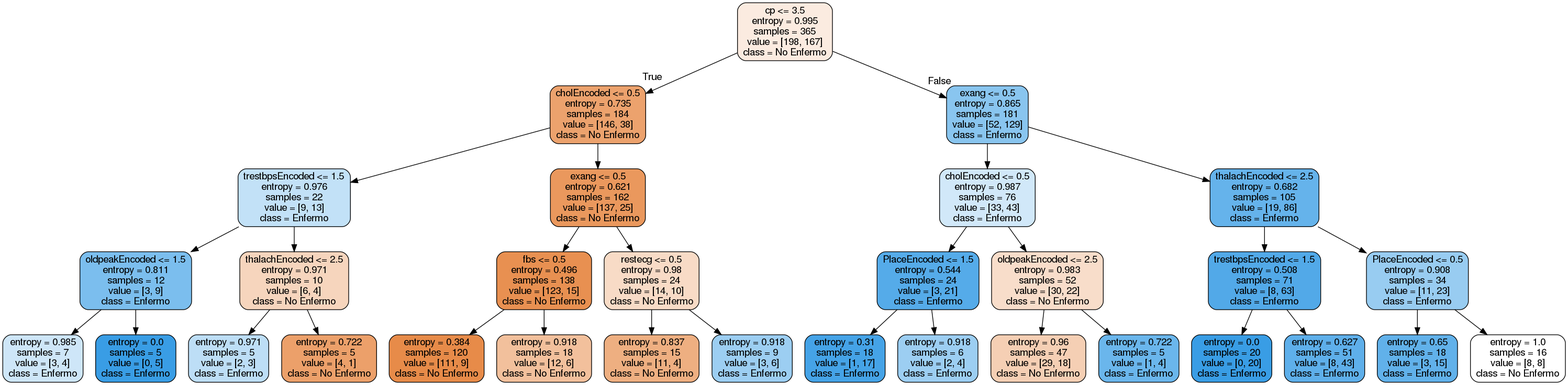
Before: tree1.png, a diagram exported from Graphviz (juancho270/ProyectoIA). Its source is kept beside it as tree1.dot.
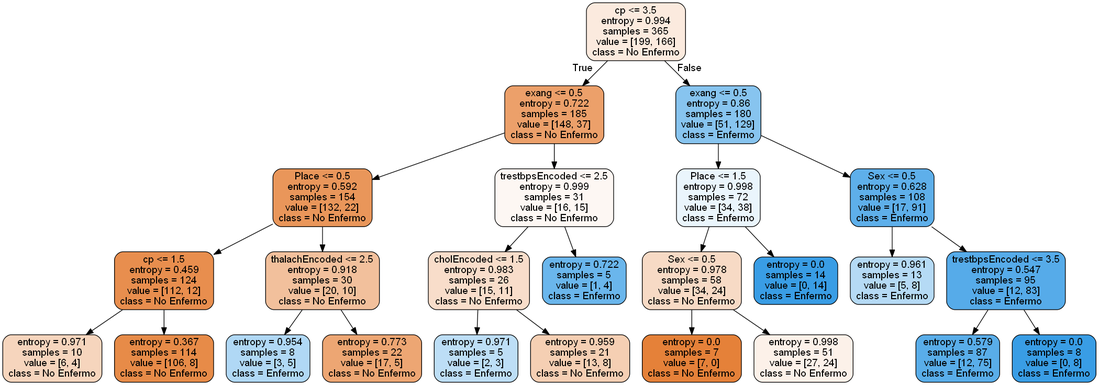
The same file after the commit.

What changed in the source:
```diff
@@ -1,65 +1,53 @@
 digraph Tree {
 node [shape=box, style="filled, rounded", color="black", fontname=helvetica] ;
 edge [fontname=helvetica] ;
-0 [label="cp <= 3.5\nentropy = 0.995\nsamples = 365\nvalue = [198, 167]\nclass = No Enfermo", fillcolor="#fbebe0"] ;
-1 [label="cholEncoded <= 0.5\nentropy = 0.735\nsamples = 184\nvalue = [146, 38]\nclass = No Enfermo", fillcolor="#eca26d"] ;
+0 [label="cp <= 3.5\nentropy = 0.994\nsamples = 365\nvalue = [199, 166]\nclass = No Enfermo", fillcolor="#fbeade"] ;
+1 [label="exang <= 0.5\nentropy = 0.722\nsamples = 185\nvalue = [148, 37]\nclass = No Enfermo", fillcolor="#eca06a"] ;
 0 -> 1 [labeldistance=2.5, labelangle=45, headlabel="True"] ;
-2 [label="trestbpsEncoded <= 1.5\nentropy = 0.976\nsamples = 22\nvalue = [9, 13]\nclass = Enfermo", fillcolor="#c2e1f7"] ;
+2 [label="Place <= 0.5\nentropy = 0.592\nsamples = 154\nvalue = [132, 22]\nclass = No Enfermo", fillcolor="#e9965a"] ;
 1 -> 2 ;
-3 [label="oldpeakEncoded <= 1.5\nentropy = 0.811\nsamples = 12\nvalue = [3, 9]\nclass = Enfermo", fillcolor="#7bbeee"] ;
+3 [label="cp <= 1.5\nentropy = 0.459\nsamples = 124\nvalue = [112, 12]\nclass = No Enfermo", fillcolor="#e88e4e"] ;
 2 -> 3 ;
-4 [label="entropy = 0.985\nsamples = 7\nvalue = [3, 4]\nclass = Enfermo", fillcolor="#cee6f8"] ;
+4 [label="entropy = 0.971\nsamples = 10\nvalue = [6, 4]\nclass = No Enfermo", fillcolor="#f6d5bd"] ;
 3 -> 4 ;
-5 [label="entropy = 0.0\nsamples = 5\nvalue = [0, 5]\nclass = Enfermo", fillcolor="#399de5"] ;
+5 [label="entropy = 0.367\nsamples = 114\nvalue = [106, 8]\nclass = No Enfermo", fillcolor="#e78b48"] ;
 3 -> 5 ;
-6 [label="thalachEncoded <= 2.5\nentropy = 0.971\nsamples = 10\nvalue = [6, 4]\nclass = No Enfermo", fillcolor="#f6d5bd"] ;
+6 [label="thalachEncoded <= 2.5\nentropy = 0.918\nsamples = 30\nvalue = [20, 10]\nclass = No Enfermo", fillcolor="#f2c09c"] ;
 2 -> 6 ;
-7 [label="entropy = 0.971\nsamples = 5\nvalue = [2, 3]\nclass = Enfermo", fillcolor="#bddef6"] ;
+7 [label="entropy = 0.954\nsamples = 8\nvalue = [3, 5]\nclass = Enfermo", fillcolor="#b0d8f5"] ;
 6 -> 7 ;
-8 [label="entropy = 0.722\nsamples = 5\nvalue = [4, 1]\nclass = No Enfermo", fillcolor="#eca06a"] ;
+8 [label="entropy = 0.773\nsamples = 22\nvalue = [17, 5]\nclass = No Enfermo", fillcolor="#eda673"] ;
 6 -> 8 ;
-9 [label="exang <= 0.5\nentropy = 0.621\nsamples = 162\nvalue = [137, 25]\nclass = No Enfermo", fillcolor="#ea985d"] ;
+9 [label="trestbpsEncoded <= 2.5\nentropy = 0.999\nsamples = 31\nvalue = [16, 15]\nclass = No Enfermo", fillcolor="#fdf7f3"] ;
 1 -> 9 ;
-10 [label="fbs <= 0.5\nentropy = 0.496\nsamples = 138\nvalue = [123, 15]\nclass = No Enfermo", fillcolor="#e89051"] ;
+10 [label="cholEncoded <= 1.5\nentropy = 0.983\nsamples = 26\nvalue = [15, 11]\nclass = No Enfermo", fillcolor="#f8ddca"] ;
 9 -> 10 ;
-11 [label="entropy = 0.384\nsamples = 120\nvalue = [111, 9]\nclass = No Enfermo", fillcolor="#e78b49"] ;
+11 [label="entropy = 0.971\nsamples = 5\nvalue = [2, 3]\nclass = Enfermo", fillcolor="#bddef6"] ;
 10 -> 11 ;
-12 [label="entropy = 0.918\nsamples = 18\nvalue = [12, 6]\nclass = No Enfermo", fillcolor="#f2c09c"] ;
+12 [label="entropy = 0.959\nsamples = 21\nvalue = [13, 8]\nclass = No Enfermo", fillcolor="#f5cfb3"] ;
 10 -> 12 ;
-13 [label="restecg <= 0.5\nentropy = 0.98\nsamples = 24\nvalue = [14, 10]\nclass = No Enfermo", fillcolor="#f8dbc6"] ;
+13 [label="entropy = 0.722\nsamples = 5\nvalue = [1, 4]\nclass = Enfermo", fillcolor="#6ab6ec"] ;
 9 -> 13 ;
-14 [label="entropy = 0.837\nsamples = 15\nvalue = [11, 4]\nclass = No Enfermo", fillcolor="#eeaf81"] ;
-13 -> 14 ;
-15 [label="entropy = 0.918\nsamples = 9\nvalue = [3, 6]\nclass = Enfermo", fillcolor="#9ccef2"] ;
-13 -> 15 ;
-16 [label="exang <= 0.5\nentropy = 0.865\nsamples = 181\nvalue = [52, 129]\nclass = Enfermo", fillcolor="#89c5ef"] ;
-0 -> 16 [labeldistance=2.5, labelangle=-45, headlabel="False"] ;
-17 [label="cholEncoded <= 0.5\nentropy = 0.987\nsamples = 76\nvalue = [33, 43]\nclass = Enfermo", fillcolor="#d1e8f9"] ;
+14 [label="exang <= 0.5\nentropy = 0.86\nsamples = 180\nvalue = [51, 129]\nclass = Enfermo", fillcolor="#87c4ef"] ;
+0 -> 14 [labeldistance=2.5, labelangle=-45, headlabel="False"] ;
+15 [label="Place <= 1.5\nentropy = 0.998\nsamples = 72\nvalue = [34, 38]\nclass = Enfermo", fillcolor="#eaf5fc"] ;
+14 -> 15 ;
+16 [label="Sex <= 0.5\nentropy = 0.978\nsamples = 58\nvalue = [34, 24]\nclass = No Enfermo", fillcolor="#f7dac5"] ;
+15 -> 16 ;
+17 [label="entropy = 0.0\nsamples = 7\nvalue = [7, 0]\nclass = No Enfermo", fillcolor="#e58139"] ;
 16 -> 17 ;
-18 [label="PlaceEncoded <= 1.5\nentropy = 0.544\nsamples = 24\nvalue = [3, 21]\nclass = Enfermo", fillcolor="#55abe9"] ;
-17 -> 18 ;
-19 [label="entropy = 0.31\nsamples = 18\nvalue = [1, 17]\nclass = Enfermo", fillcolor="#45a3e7"] ;
-18 -> 19 ;
-20 [label="entropy = 0.918\nsamples = 6\nvalue = [2, 4]\nclass = Enfermo", fillcolor="#9ccef2"] ;
-18 -> 20 ;
-21 [label="oldpeakEncoded <= 2.5\nentropy = 0.983\nsamples = 52\nvalue = [30, 22]\nclass = No Enfermo", fillcolor="#f8ddca"] ;
-17 -> 21 ;
-22 [label="entropy = 0.96\nsamples = 47\nvalue = [29, 18]\nclass = No Enfermo", fillcolor="#f5cfb4"] ;
-21 -> 22 ;
-23 [label="entropy = 0.722\nsamples = 5\nvalue = [1, 4]\nclass = Enfermo", fillcolor="#6ab6ec"] ;
-21 -> 23 ;
-24 [label="thalachEncoded <= 2.5\nentropy = 0.682\nsamples = 105\nvalue = [19, 86]\nclass = Enfermo", fillcolor="#65b3eb"] ;
-16 -> 24 ;
-25 [label="trestbpsEncoded <= 1.5\nentropy = 0.508\nsamples = 71\nvalue = [8, 63]\nclass = Enfermo", fillcolor="#52a9e8"] ;
-24 -> 25 ;
-26 [label="entropy = 0.0\nsamples = 20\nvalue = [0, 20]\nclass = Enfermo", fillcolor="#399de5"] ;
-25 -> 26 ;
-27 [label="entropy = 0.627\nsamples = 51\nvalue = [8, 43]\nclass = Enfermo", fillcolor="#5eafea"] ;
-25 -> 27 ;
-28 [label="PlaceEncoded <= 0.5\nentropy = 0.908\nsamples = 34\nvalue = [11, 23]\nclass = Enfermo", fillcolor="#98ccf1"] ;
-24 -> 28 ;
-29 [label="entropy = 0.65\nsamples = 18\nvalue = [3, 15]\nclass = Enfermo", fillcolor="#61b1ea"] ;
-28 -> 29 ;
-30 [label="entropy = 1.0\nsamples = 16\nvalue = [8, 8]\nclass = No Enfermo", fillcolor="#ffffff"] ;
-28 -> 30 ;
+18 [label="entropy = 0.998\nsamples = 51\nvalue = [27, 24]\nclass = No Enfermo", fillcolor="#fcf1e9"] ;
+16 -> 18 ;
+19 [label="entropy = 0.0\nsamples = 14\nvalue = [0, 14]\nclass = Enfermo", fillcolor="#399de5"] ;
+15 -> 19 ;
+20 [label="Sex <= 0.5\nentropy = 0.628\nsamples = 108\nvalue = [17, 91]\nclass = Enfermo", fillcolor="#5eafea"] ;
+14 -> 20 ;
+21 [label="entropy = 0.961\nsamples = 13\nvalue = [5, 8]\nclass = Enfermo", fillcolor="#b5daf5"] ;
+20 -> 21 ;
+22 [label="trestbpsEncoded <= 3.5\nentropy = 0.547\nsamples = 95\nvalue = [12, 83]\nclass = Enfermo", fillcolor="#56abe9"] ;
+20 -> 22 ;
+23 [label="entropy = 0.579\nsamples = 87\nvalue = [12, 75]\nclass = Enfermo", fillcolor="#59ade9"] ;
+22 -> 23 ;
+24 [label="entropy = 0.0\nsamples = 8\nvalue = [0, 8]\nclass = Enfermo", fillcolor="#399de5"] ;
+22 -> 24 ;
 }
```
